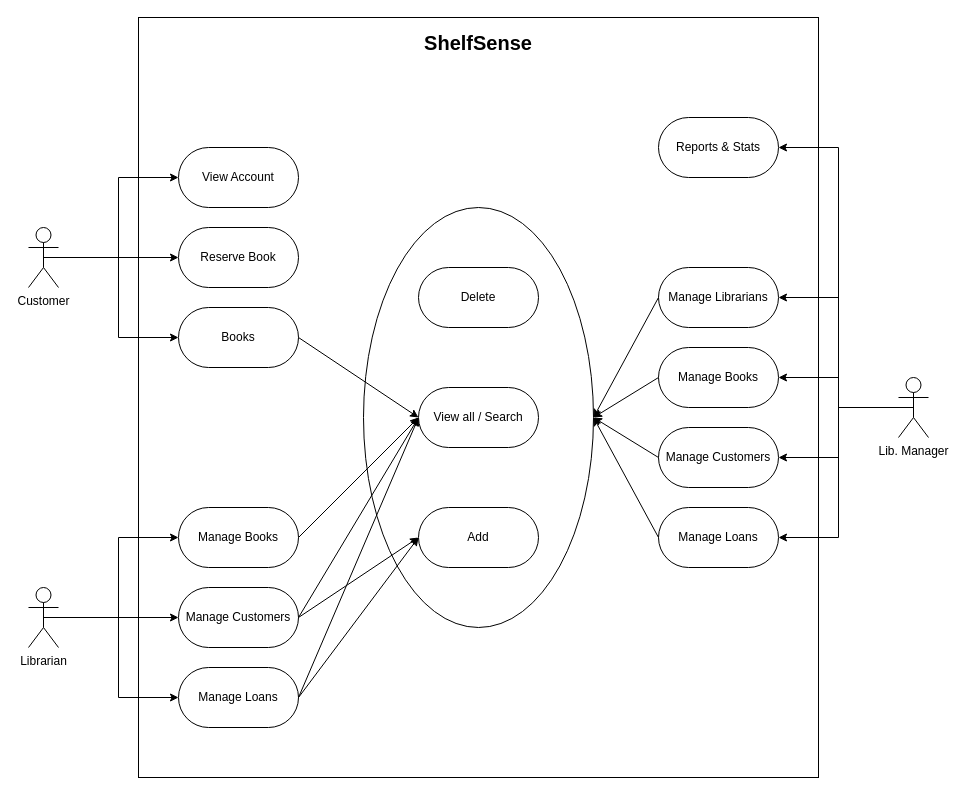
YazeedMo/ShelfSense keeps this draw.io diagram as Documentation/Requirements/UseCaseDiagram.drawio. Above is the earlier version. Source tidied: cells renumbered, new cells numbered last; positions are measured from the earlier drawing's top-left corner, leaving out a move shared by most shapes. Both pictures are drawn from the tidied source at 100%, with x=0, y=0 at pixel (28, 17).
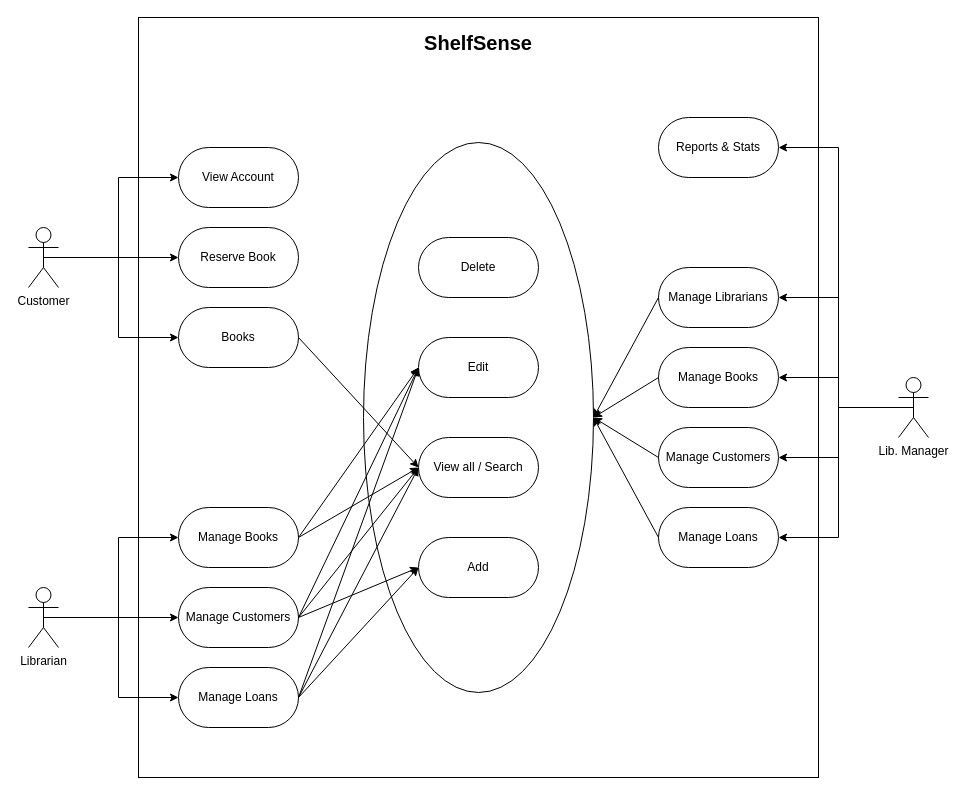
After the change.

Unchanged cells that the change refers to:
```xml
<mxCell id="26" value="Manage Customers" style="rounded=1;whiteSpace=wrap;html=1;arcSize=50;" parent="1" vertex="1">
  <mxGeometry x="150" y="570" width="120" height="60" as="geometry" />
</mxCell>
<mxCell id="27" value="Manage Books" style="rounded=1;whiteSpace=wrap;html=1;arcSize=50;" parent="1" vertex="1">
  <mxGeometry x="150" y="490" width="120" height="60" as="geometry" />
</mxCell>
<mxCell id="28" value="Manage Loans" style="rounded=1;whiteSpace=wrap;html=1;arcSize=50;" parent="1" vertex="1">
  <mxGeometry x="150" y="650" width="120" height="60" as="geometry" />
</mxCell>
```

Change to the diagram source:
```diff
@@
     <mxCell id="3" style="ellipse;whiteSpace=wrap;html=1;fillColor=none;" parent="1" vertex="1">
-      <mxGeometry x="335" y="190" width="230" height="420" as="geometry" />
+      <mxGeometry x="335" y="125" width="230" height="550" as="geometry" />
     </mxCell>
@@
     <mxCell id="21" value="View all / Search" style="rounded=1;whiteSpace=wrap;html=1;arcSize=50;" parent="1" vertex="1">
-      <mxGeometry x="390" y="370" width="120" height="60" as="geometry" />
+      <mxGeometry x="390" y="420" width="120" height="60" as="geometry" />
     </mxCell>
@@
     <mxCell id="25" value="Add" style="rounded=1;whiteSpace=wrap;html=1;arcSize=50;" parent="1" vertex="1">
-      <mxGeometry x="390" y="490" width="120" height="60" as="geometry" />
+      <mxGeometry x="390" y="520" width="120" height="60" as="geometry" />
     </mxCell>
@@
     <mxCell id="36" value="Delete" style="rounded=1;whiteSpace=wrap;html=1;arcSize=50;" parent="1" vertex="1">
-      <mxGeometry x="390" y="250" width="120" height="60" as="geometry" />
+      <mxGeometry x="390" y="220" width="120" height="60" as="geometry" />
     </mxCell>
@@
+    <mxCell id="43" value="Edit" style="rounded=1;whiteSpace=wrap;html=1;arcSize=50;" parent="1" vertex="1">
+      <mxGeometry x="390" y="320" width="120" height="60" as="geometry" />
+    </mxCell>
+    <mxCell id="44" style="endArrow=classic;html=1;rounded=0;entryX=0;entryY=0.5;entryDx=0;entryDy=0;exitX=1;exitY=0.5;exitDx=0;exitDy=0;" parent="1" edge="1" source="27" target="43">
+      <mxGeometry relative="1" as="geometry" />
+    </mxCell>
+    <mxCell id="45" style="endArrow=classic;html=1;rounded=0;exitX=1;exitY=0.5;exitDx=0;exitDy=0;entryX=0;entryY=0.5;entryDx=0;entryDy=0;" parent="1" edge="1" source="26" target="43">
+      <mxGeometry relative="1" as="geometry" />
+    </mxCell>
+    <mxCell id="46" style="endArrow=classic;html=1;rounded=0;exitX=1;exitY=0.5;exitDx=0;exitDy=0;entryX=0;entryY=0.5;entryDx=0;entryDy=0;" parent="1" edge="1" source="28" target="43">
+      <mxGeometry relative="1" as="geometry" />
+    </mxCell>
```
